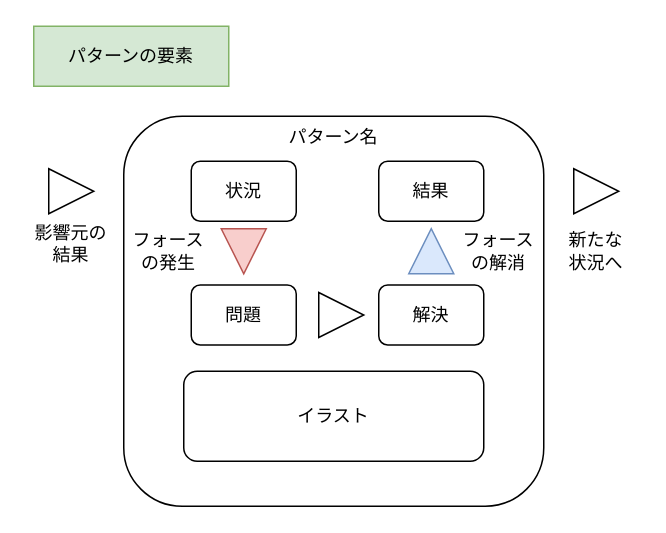
Before: qiita_pattarn1.drawio in YossyIto/booklog_drowio, a draw.io diagram. Source tidied: cells renumbered, new cells numbered last; positions are measured from the earlier drawing's top-left corner, leaving out a move shared by most shapes. Both pictures are drawn from the tidied source at 150%, with x=0, y=0 at pixel (26, 26).
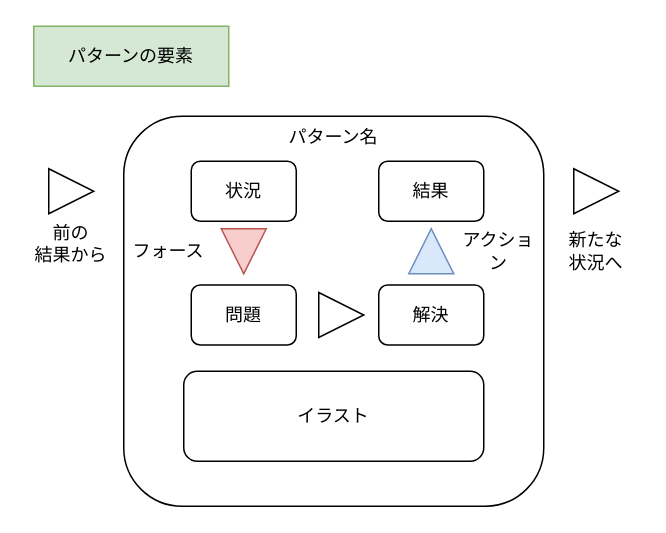
The same diagram, later.

Commit message (it also covers changes not shown here):
qiita_pattarn1.drawio を更新します

What changed in the source:
```diff
@@
 <mxGraphModel>
   <root>
     <mxCell id="0" />
     <mxCell id="1" parent="0" />
     <mxCell id="2" value="パターンの要素" style="text;html=1;align=center;verticalAlign=middle;whiteSpace=wrap;rounded=0;fillColor=#d5e8d4;strokeColor=#82b366;" parent="1" vertex="1">
       <mxGeometry x="5" width="130" height="40" as="geometry" />
     </mxCell>
     <mxCell id="3" value="&lt;div style=&quot;&quot;&gt;パターン名&lt;/div&gt;" style="rounded=1;whiteSpace=wrap;html=1;align=center;verticalAlign=top;" parent="1" vertex="1">
       <mxGeometry x="65" y="60" width="280" height="260" as="geometry" />
     </mxCell>
     <mxCell id="4" value="状況" style="rounded=1;whiteSpace=wrap;html=1;" parent="1" vertex="1">
       <mxGeometry x="110" y="90" width="70" height="40" as="geometry" />
     </mxCell>
     <mxCell id="5" style="triangle;whiteSpace=wrap;html=1;rotation=90;fillColor=#f8cecc;strokeColor=#b85450;" parent="1" vertex="1">
       <mxGeometry x="130" y="135" width="30" height="30" as="geometry" />
     </mxCell>
     <mxCell id="6" value="問題" style="rounded=1;whiteSpace=wrap;html=1;" parent="1" vertex="1">
       <mxGeometry x="110" y="172.5" width="70" height="40" as="geometry" />
     </mxCell>
     <mxCell id="7" style="triangle;whiteSpace=wrap;html=1;rotation=0;" parent="1" vertex="1">
       <mxGeometry x="195" y="177.5" width="30" height="30" as="geometry" />
     </mxCell>
     <mxCell id="8" value="解決" style="rounded=1;whiteSpace=wrap;html=1;" parent="1" vertex="1">
       <mxGeometry x="235" y="172.5" width="70" height="40" as="geometry" />
     </mxCell>
     <mxCell id="9" value="結果" style="rounded=1;whiteSpace=wrap;html=1;" parent="1" vertex="1">
       <mxGeometry x="235" y="90" width="70" height="40" as="geometry" />
     </mxCell>
     <mxCell id="10" style="triangle;whiteSpace=wrap;html=1;rotation=-90;fillColor=#dae8fc;strokeColor=#6c8ebf;" parent="1" vertex="1">
       <mxGeometry x="255" y="135" width="30" height="30" as="geometry" />
     </mxCell>
     <mxCell id="11" style="triangle;whiteSpace=wrap;html=1;rotation=0;" parent="1" vertex="1">
       <mxGeometry x="365" y="95" width="30" height="30" as="geometry" />
     </mxCell>
-    <mxCell id="12" value="フォース&lt;div&gt;の発生&lt;/div&gt;" style="text;html=1;align=center;verticalAlign=middle;whiteSpace=wrap;rounded=0;" parent="1" vertex="1">
+    <mxCell id="12" value="フォース" style="text;html=1;align=center;verticalAlign=middle;whiteSpace=wrap;rounded=0;" parent="1" vertex="1">
       <mxGeometry x="65" y="135" width="60" height="30" as="geometry" />
     </mxCell>
-    <mxCell id="13" value="フォース&lt;div&gt;の解消&lt;/div&gt;" style="text;html=1;align=center;verticalAlign=middle;whiteSpace=wrap;rounded=0;" parent="1" vertex="1">
+    <mxCell id="13" value="アクション" style="text;html=1;align=center;verticalAlign=middle;whiteSpace=wrap;rounded=0;" parent="1" vertex="1">
       <mxGeometry x="285" y="135" width="60" height="30" as="geometry" />
     </mxCell>
     <mxCell id="14" value="新たな&lt;div&gt;状況へ&lt;/div&gt;" style="text;html=1;align=center;verticalAlign=middle;whiteSpace=wrap;rounded=0;" parent="1" vertex="1">
       <mxGeometry x="350" y="135" width="60" height="30" as="geometry" />
     </mxCell>
     <mxCell id="15" style="triangle;whiteSpace=wrap;html=1;rotation=0;" parent="1" vertex="1">
       <mxGeometry x="15" y="95" width="30" height="30" as="geometry" />
     </mxCell>
-    <mxCell id="16" value="&lt;div&gt;影響元の&lt;/div&gt;&lt;div&gt;結果&lt;/div&gt;" style="text;html=1;align=center;verticalAlign=middle;whiteSpace=wrap;rounded=0;" parent="1" vertex="1">
+    <mxCell id="16" value="&lt;div&gt;前の&lt;/div&gt;&lt;div&gt;結果から&lt;/div&gt;" style="text;html=1;align=center;verticalAlign=middle;whiteSpace=wrap;rounded=0;" parent="1" vertex="1">
       <mxGeometry y="130" width="60" height="30" as="geometry" />
     </mxCell>
     <mxCell id="17" value="イラスト" style="rounded=1;whiteSpace=wrap;html=1;" parent="1" vertex="1">
       <mxGeometry x="105" y="230" width="200" height="60" as="geometry" />
     </mxCell>
   </root>
 </mxGraphModel>
```
